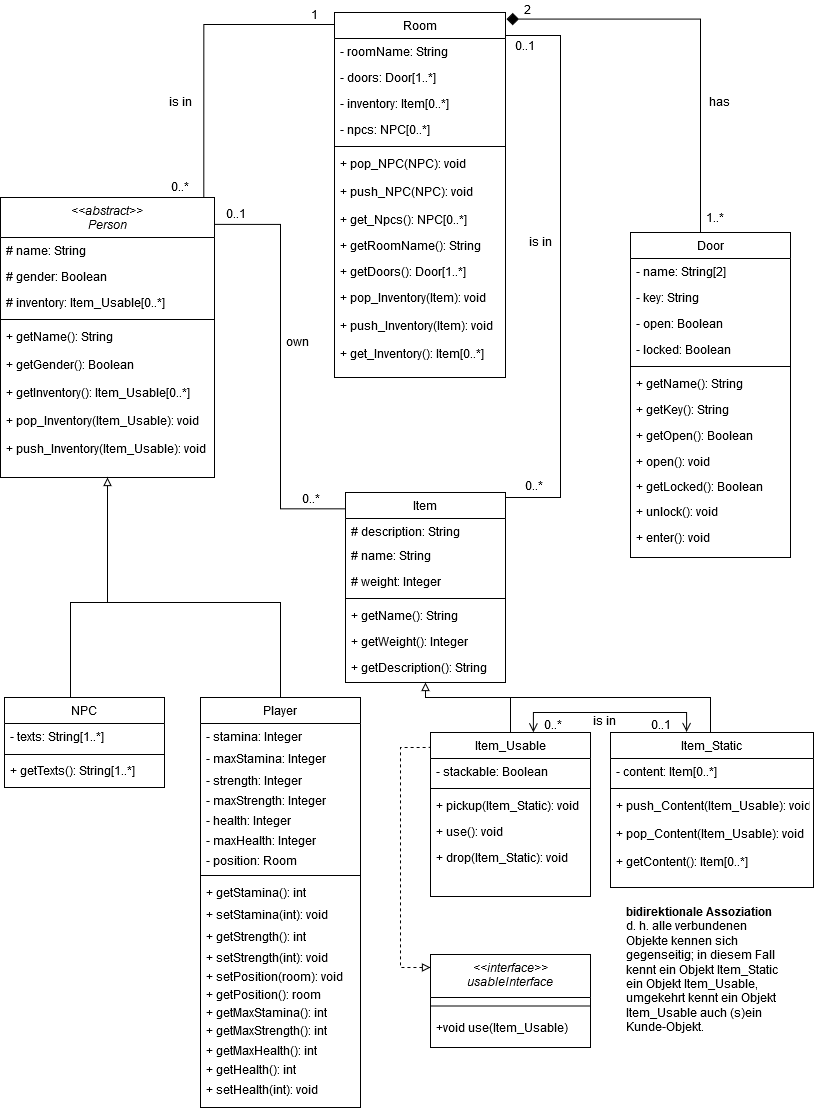
Above: Klassendiagram.png in Elegond/AE-Text-Adventure (draw.io), before the change. Source tidied: cells renumbered, new cells last; positions are measured from the earlier drawing's top-left corner, leaving out a move shared by most shapes.
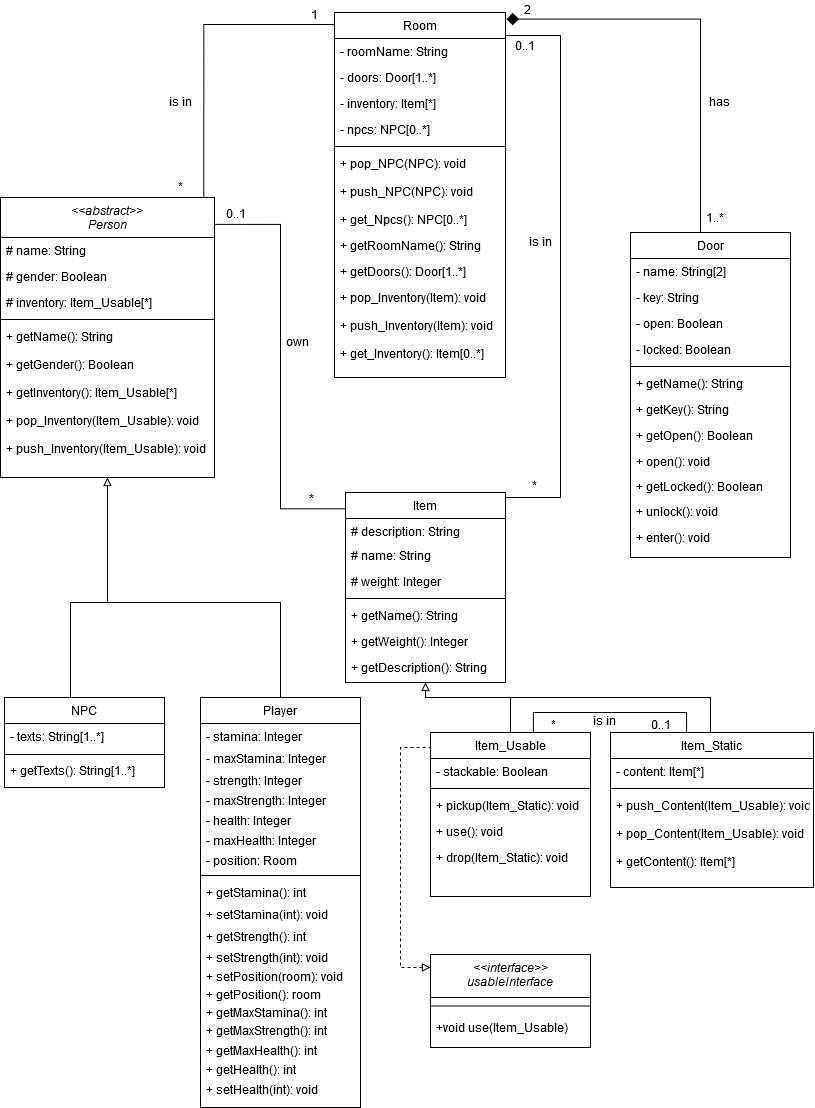
The same file after the commit.

Diff of the diagram source:
```diff
@@ -18,7 +18,7 @@
     <mxCell id="5" value="# gender: Boolean" style="text;align=left;verticalAlign=top;spacingLeft=4;spacingRight=4;overflow=hidden;rounded=0;shadow=0;html=0;" parent="3" vertex="1">
       <mxGeometry y="66" width="214" height="26" as="geometry" />
     </mxCell>
-    <mxCell id="6" value="# inventory: Item_Usable[0..*]" style="text;align=left;verticalAlign=top;spacingLeft=4;spacingRight=4;overflow=hidden;rounded=0;shadow=0;html=0;" parent="3" vertex="1">
+    <mxCell id="6" value="# inventory: Item_Usable[*]" style="text;align=left;verticalAlign=top;spacingLeft=4;spacingRight=4;overflow=hidden;rounded=0;shadow=0;html=0;" parent="3" vertex="1">
       <mxGeometry y="92" width="214" height="26" as="geometry" />
     </mxCell>
     <mxCell id="7" style="line;html=1;strokeWidth=1;align=left;verticalAlign=middle;spacingTop=-1;spacingLeft=3;spacingRight=3;labelPosition=right;" parent="3" vertex="1">
@@ -30,7 +30,7 @@
     <mxCell id="9" value="+ getGender(): Boolean" style="text;align=left;verticalAlign=top;spacingLeft=4;spacingRight=4;overflow=hidden;" parent="3" vertex="1">
       <mxGeometry y="154" width="214" height="28" as="geometry" />
     </mxCell>
-    <mxCell id="10" value="+ getInventory(): Item_Usable[0..*]" style="text;align=left;verticalAlign=top;spacingLeft=4;spacingRight=4;overflow=hidden;" parent="3" vertex="1">
+    <mxCell id="10" value="+ getInventory(): Item_Usable[*]" style="text;align=left;verticalAlign=top;spacingLeft=4;spacingRight=4;overflow=hidden;" parent="3" vertex="1">
       <mxGeometry y="182" width="214" height="28" as="geometry" />
     </mxCell>
     <mxCell id="11" value="+ pop_Inventory(Item_Usable): void" style="text;align=left;verticalAlign=top;spacingLeft=4;spacingRight=4;overflow=hidden;" parent="3" vertex="1">
@@ -48,7 +48,7 @@
     <mxCell id="15" value="- doors: Door[1..*]" style="text;align=left;verticalAlign=top;spacingLeft=4;spacingRight=4;overflow=hidden;" parent="13" vertex="1">
       <mxGeometry y="52" width="171" height="26" as="geometry" />
     </mxCell>
-    <mxCell id="16" value="- inventory: Item[0..*]" style="text;align=left;verticalAlign=top;spacingLeft=4;spacingRight=4;overflow=hidden;" parent="13" vertex="1">
+    <mxCell id="16" value="- inventory: Item[*]" style="text;align=left;verticalAlign=top;spacingLeft=4;spacingRight=4;overflow=hidden;" parent="13" vertex="1">
       <mxGeometry y="78" width="171" height="26" as="geometry" />
     </mxCell>
     <mxCell id="17" value="- npcs: NPC[0..*]" style="text;align=left;verticalAlign=top;spacingLeft=4;spacingRight=4;overflow=hidden;" parent="13" vertex="1">
@@ -137,7 +137,7 @@
     <mxCell id="38" value="Item_Static" style="swimlane;fontStyle=0;align=center;verticalAlign=top;horizontal=1;startSize=26;rounded=0;shadow=0;strokeWidth=1;" parent="1" vertex="1">
       <mxGeometry x="610" y="732" width="203" height="155" as="geometry" />
     </mxCell>
-    <mxCell id="39" value="- content: Item[0..*]" style="text;align=left;verticalAlign=top;spacingLeft=4;spacingRight=4;overflow=hidden;rounded=0;shadow=0;html=0;" parent="38" vertex="1">
+    <mxCell id="39" value="- content: Item[*]" style="text;align=left;verticalAlign=top;spacingLeft=4;spacingRight=4;overflow=hidden;rounded=0;shadow=0;html=0;" parent="38" vertex="1">
       <mxGeometry y="26" width="203" height="26" as="geometry" />
     </mxCell>
     <mxCell id="40" style="line;html=1;strokeWidth=1;align=left;verticalAlign=middle;spacingTop=-1;spacingLeft=3;spacingRight=3;labelPosition=right;" parent="38" vertex="1">
@@ -149,7 +149,7 @@
     <mxCell id="42" value="+ pop_Content(Item_Usable): void" style="text;align=left;verticalAlign=top;spacingLeft=4;spacingRight=4;overflow=hidden;" parent="38" vertex="1">
       <mxGeometry y="88" width="203" height="28" as="geometry" />
     </mxCell>
-    <mxCell id="43" value="+ getContent(): Item[0..*]" style="text;align=left;verticalAlign=top;spacingLeft=4;spacingRight=4;overflow=hidden;" parent="38" vertex="1">
+    <mxCell id="43" value="+ getContent(): Item[*]" style="text;align=left;verticalAlign=top;spacingLeft=4;spacingRight=4;overflow=hidden;" parent="38" vertex="1">
       <mxGeometry y="116" width="203" height="28" as="geometry" />
     </mxCell>
     <mxCell id="44" style="edgeStyle=orthogonalEdgeStyle;rounded=0;jettySize=auto;html=1;exitX=0.5;exitY=0;exitDx=0;exitDy=0;entryX=0.5;entryY=1;entryDx=0;entryDy=0;endArrow=block;endFill=0;" parent="1" edge="1" source="45" target="28">
@@ -236,7 +236,7 @@
     <mxCell id="68" value="1" style="text;html=1;strokeColor=none;fillColor=none;align=center;verticalAlign=middle;whiteSpace=wrap;rounded=0;" parent="1" vertex="1">
       <mxGeometry x="294" y="4" width="40" height="20" as="geometry" />
     </mxCell>
-    <mxCell id="69" value="0..*" style="text;html=1;strokeColor=none;fillColor=none;align=center;verticalAlign=middle;whiteSpace=wrap;rounded=0;" parent="1" vertex="1">
+    <mxCell id="69" value="*" style="text;html=1;strokeColor=none;fillColor=none;align=center;verticalAlign=middle;whiteSpace=wrap;rounded=0;" parent="1" vertex="1">
       <mxGeometry x="160" y="177" width="40" height="17" as="geometry" />
     </mxCell>
     <mxCell id="70" value="is in" style="text;html=1;strokeColor=none;fillColor=none;align=center;verticalAlign=middle;whiteSpace=wrap;rounded=0;" parent="1" vertex="1">
@@ -245,13 +245,13 @@
     <mxCell id="71" value="0..1" style="text;html=1;strokeColor=none;fillColor=none;align=center;verticalAlign=middle;whiteSpace=wrap;rounded=0;" parent="1" vertex="1">
       <mxGeometry x="216" y="204.5" width="40" height="17" as="geometry" />
     </mxCell>
-    <mxCell id="72" value="0..*" style="text;html=1;strokeColor=none;fillColor=none;align=center;verticalAlign=middle;whiteSpace=wrap;rounded=0;" parent="1" vertex="1">
+    <mxCell id="72" value="*" style="text;html=1;strokeColor=none;fillColor=none;align=center;verticalAlign=middle;whiteSpace=wrap;rounded=0;" parent="1" vertex="1">
       <mxGeometry x="291" y="489" width="40" height="17" as="geometry" />
     </mxCell>
     <mxCell id="73" value="is in" style="text;html=1;strokeColor=none;fillColor=none;align=center;verticalAlign=middle;whiteSpace=wrap;rounded=0;" parent="1" vertex="1">
       <mxGeometry x="160" y="92" width="40" height="17" as="geometry" />
     </mxCell>
-    <mxCell id="74" value="0..*" style="text;html=1;strokeColor=none;fillColor=none;align=center;verticalAlign=middle;whiteSpace=wrap;rounded=0;" parent="1" vertex="1">
+    <mxCell id="74" value="*" style="text;html=1;strokeColor=none;fillColor=none;align=center;verticalAlign=middle;whiteSpace=wrap;rounded=0;" parent="1" vertex="1">
       <mxGeometry x="514" y="477" width="40" height="15" as="geometry" />
     </mxCell>
     <mxCell id="75" style="edgeStyle=orthogonalEdgeStyle;rounded=0;jettySize=auto;html=1;endArrow=block;endFill=0;entryX=0.5;entryY=1;entryDx=0;entryDy=0;" parent="1" edge="1" source="89" target="3">
@@ -270,7 +270,7 @@
         </Array>
       </mxGeometry>
     </mxCell>
-    <mxCell id="77" style="edgeStyle=orthogonalEdgeStyle;rounded=0;jettySize=auto;html=1;endArrow=open;endFill=0;exitX=0.643;exitY=-0.001;exitDx=0;exitDy=0;exitPerimeter=0;entryX=0.375;entryY=-0.004;entryDx=0;entryDy=0;entryPerimeter=0;startArrow=open;startFill=0;strokeWidth=1;endSize=7;startSize=7;" parent="1" edge="1" source="45" target="38">
+    <mxCell id="77" style="edgeStyle=orthogonalEdgeStyle;rounded=0;jettySize=auto;html=1;endArrow=none;endFill=0;exitX=0.643;exitY=-0.001;exitDx=0;exitDy=0;exitPerimeter=0;entryX=0.375;entryY=-0.004;entryDx=0;entryDy=0;entryPerimeter=0;startArrow=none;startFill=0;strokeWidth=1;endSize=7;startSize=7;" parent="1" edge="1" source="45" target="38">
       <mxGeometry relative="1" as="geometry">
         <Array as="points">
           <mxPoint x="553" y="712" />
@@ -281,7 +281,7 @@
     <mxCell id="78" value="is in" style="text;html=1;strokeColor=none;fillColor=none;align=center;verticalAlign=middle;whiteSpace=wrap;rounded=0;" parent="1" vertex="1">
       <mxGeometry x="584" y="712" width="40" height="16" as="geometry" />
     </mxCell>
-    <mxCell id="79" value="0..*" style="text;html=1;strokeColor=none;fillColor=none;align=center;verticalAlign=middle;whiteSpace=wrap;rounded=0;" parent="1" vertex="1">
+    <mxCell id="79" value="*" style="text;html=1;strokeColor=none;fillColor=none;align=center;verticalAlign=middle;whiteSpace=wrap;rounded=0;" parent="1" vertex="1">
       <mxGeometry x="533" y="715" width="40" height="17" as="geometry" />
     </mxCell>
     <mxCell id="80" value="0..1" style="text;html=1;strokeColor=none;fillColor=none;align=center;verticalAlign=middle;whiteSpace=wrap;rounded=0;" parent="1" vertex="1">
@@ -384,8 +384,5 @@
     <mxCell id="110" value="+ enter(): void" style="text;align=left;verticalAlign=top;spacingLeft=4;spacingRight=4;overflow=hidden;" parent="1" vertex="1">
       <mxGeometry x="630" y="524" width="160" height="26" as="geometry" />
     </mxCell>
-    <mxCell id="111" value="&lt;div align=&quot;left&quot;&gt;&lt;strong&gt;bidirektionale Assoziation&lt;/strong&gt; &lt;br&gt;&lt;/div&gt;&lt;div align=&quot;left&quot;&gt; d. h. alle verbundenen Objekte kennen sich gegenseitig; in diesem Fall kennt ein Objekt Item_Static ein Objekt Item_Usable, umgekehrt kennt ein Objekt Item_Usable auch (s)ein Kunde-Objekt.&lt;/div&gt;" style="text;html=1;strokeColor=none;fillColor=none;align=left;verticalAlign=middle;whiteSpace=wrap;rounded=0;" parent="1" vertex="1">
-      <mxGeometry x="624" y="894" width="163" height="150" as="geometry" />
-    </mxCell>
   </root>
 </mxGraphModel>
```
